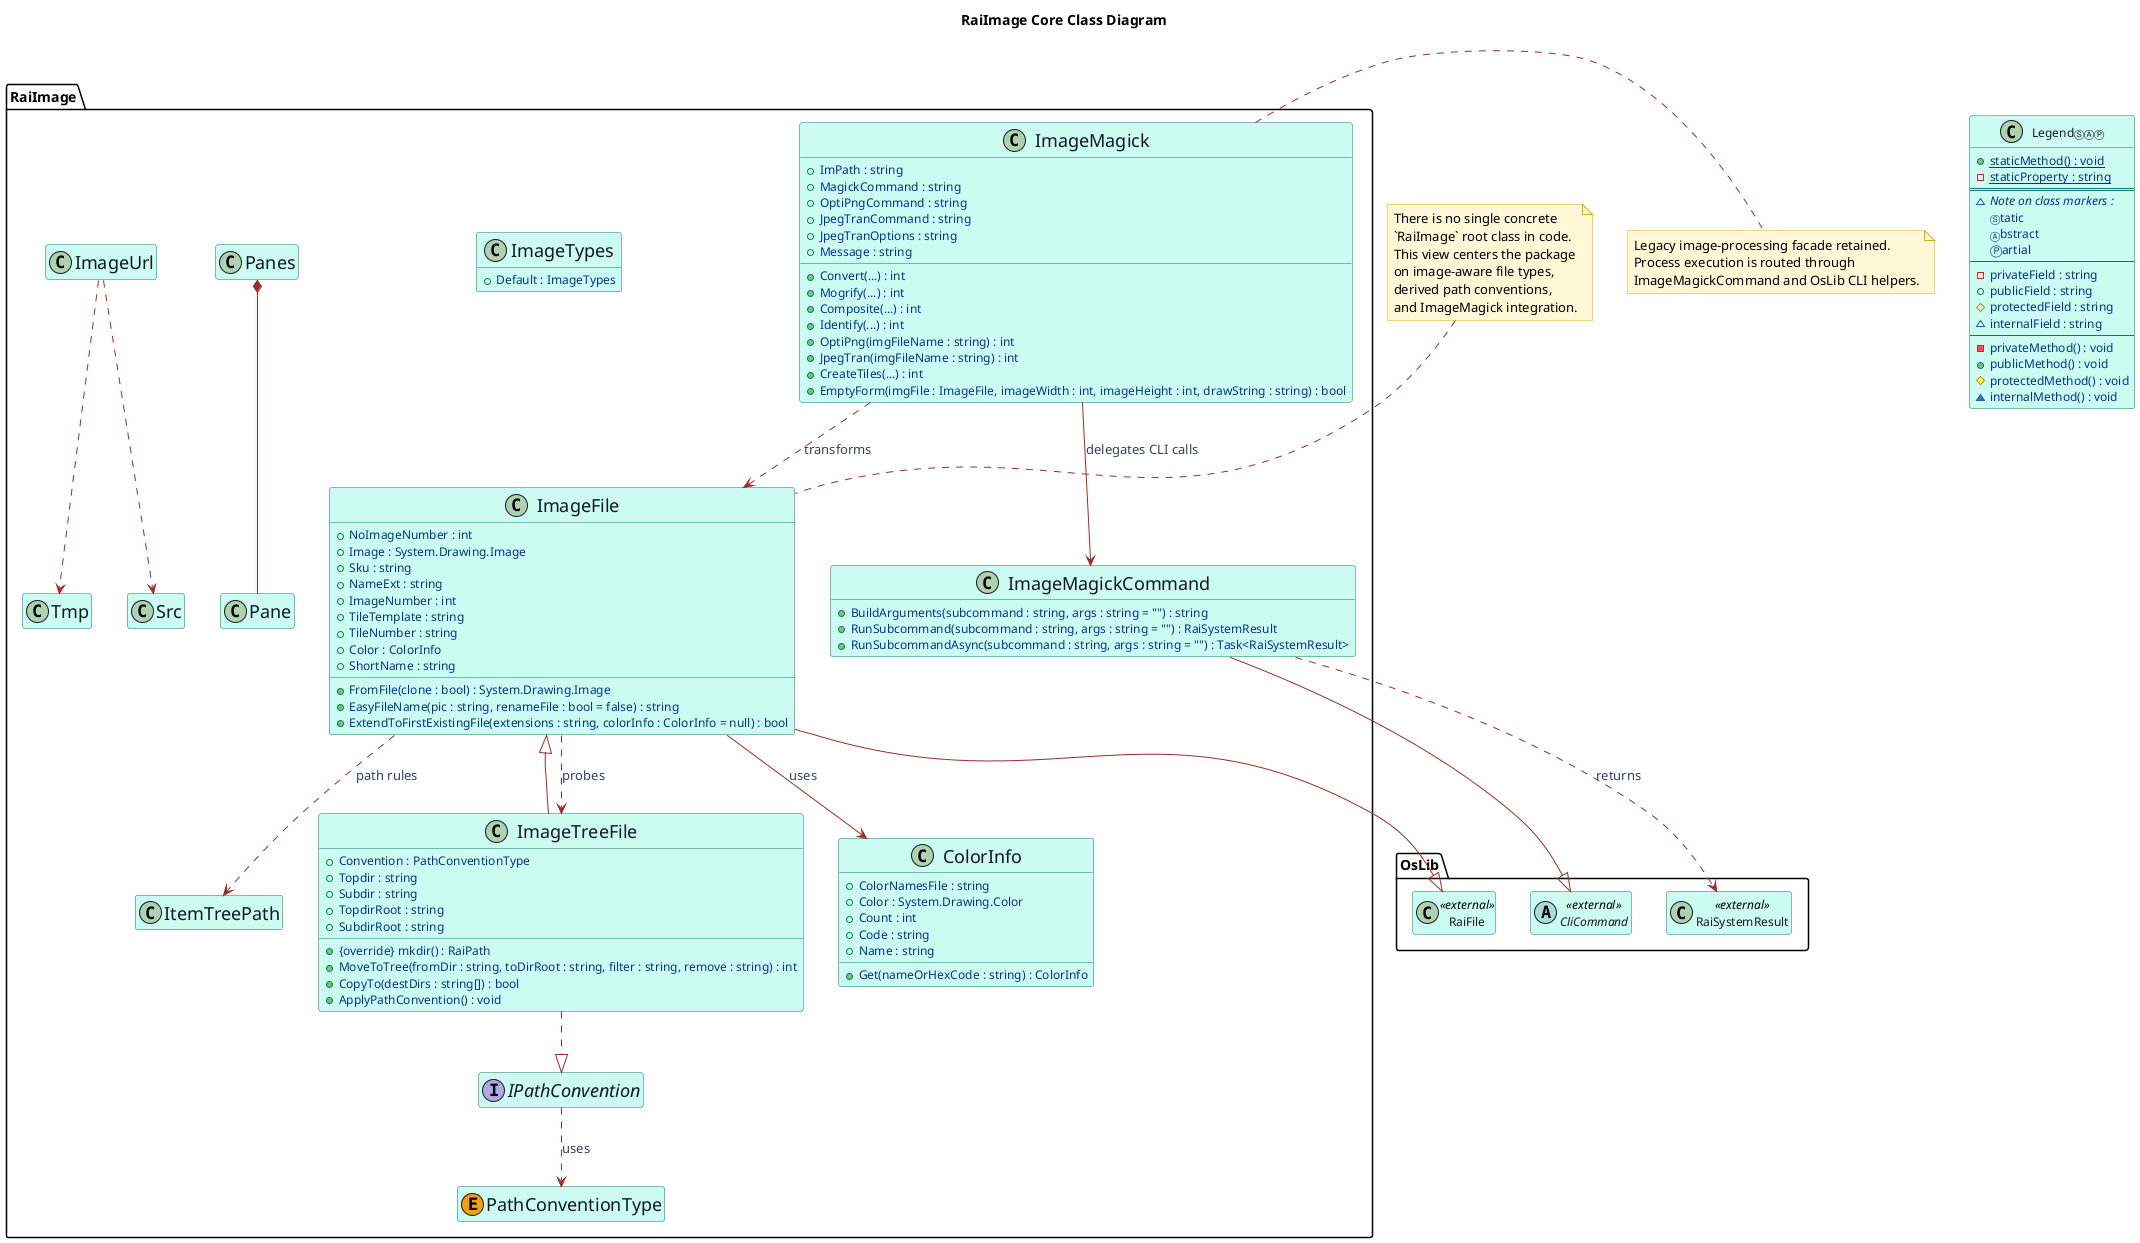
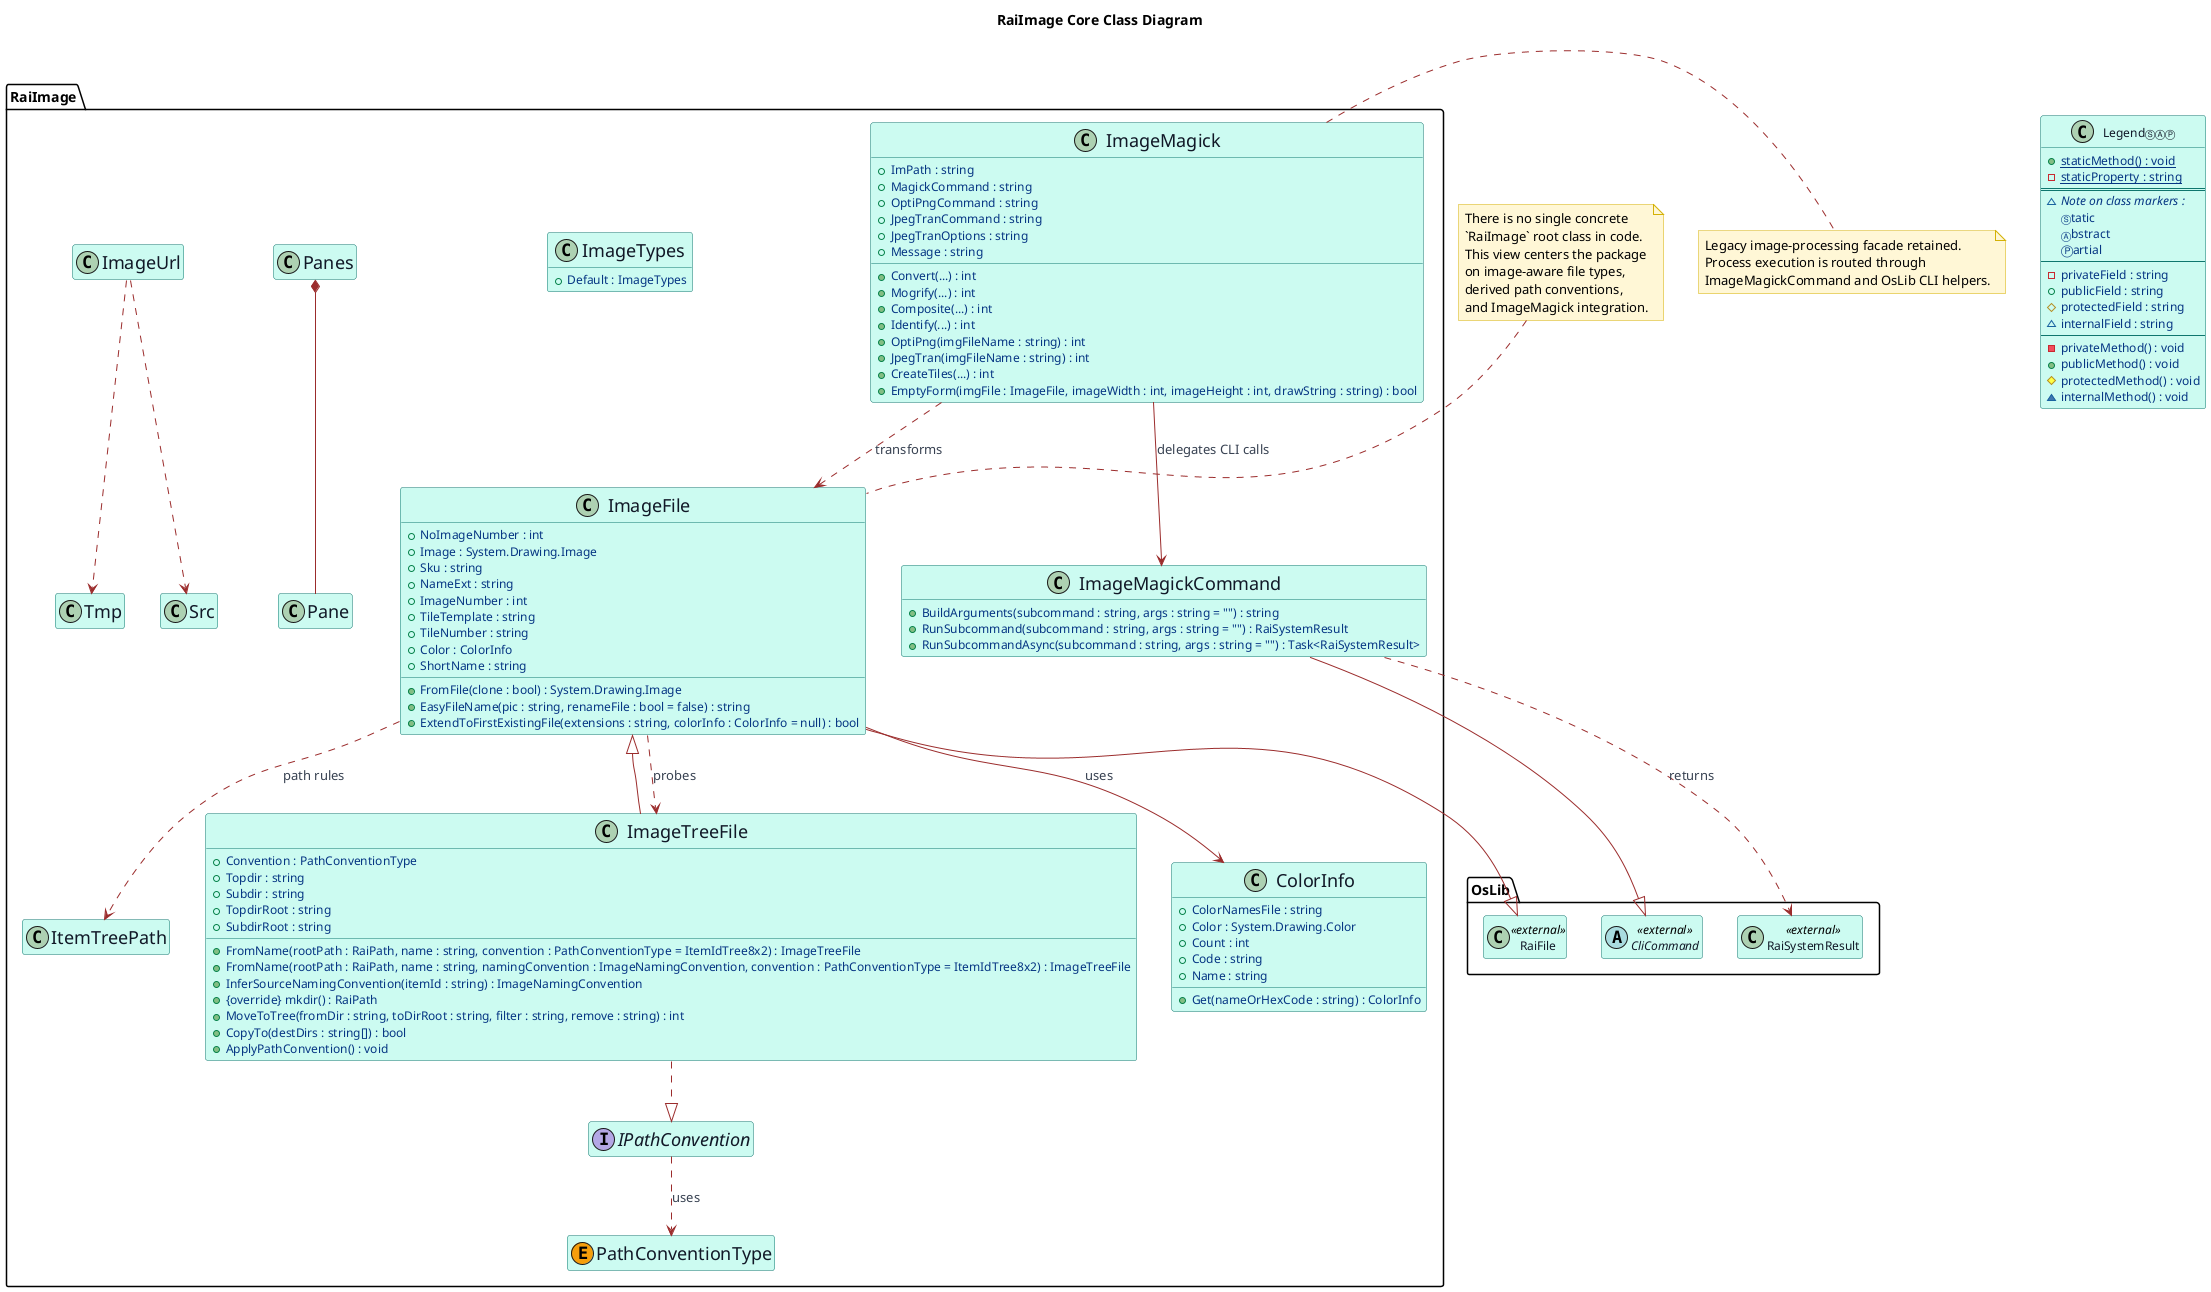
@startuml RaiImageCD
- ' Release: 3.8.15
+ ' Release: 3.9.0

title RaiImage Core Class Diagram

skinparam backgroundColor white
skinparam shadowing false
skinparam DiagramFontName "Casual"
skinparam DiagramFontSize 36
skinparam ClassFontName "Casual"
skinparam ClassFontSize 36
skinparam ClassAttributeIconSize 10
skinparam ClassAttributeFontName Casual
skinparam ClassAttributeFontColor #053583
skinparam ClassAttributeFontWeight normal
skinparam ClassAttributeFontSize 12
skinparam ClassMethodFontName "Casual"
skinparam ClassMethodFontSize 12
skinparam ClassMethodFontWeight 500
skinparam ClassAttributeFontStyle normal
skinparam ClassBorderColor #0f766e
skinparam ClassBackgroundColor #ccfbf1
skinparam ClassFontColor #111827
skinparam EnumBorderColor #b45309
skinparam EnumBackgroundColor #fef3c7
skinparam EnumFontColor #7c2d12
skinparam NoteBackgroundColor #fff7d6
skinparam NoteBorderColor #d4b106
skinparam ArrowColor #9b2c2c
skinparam ArrowFontColor #374151
skinparam ArrowFontName "Casual"

hide empty members

package "RaiImage" {
	class "<size:18>ImageFile</size>" as ImageFile {
		+NoImageNumber : int
		+Image : System.Drawing.Image
		+Sku : string
		+NameExt : string
		+ImageNumber : int
		+TileTemplate : string
		+TileNumber : string
		+Color : ColorInfo
		+ShortName : string
		+FromFile(clone : bool) : System.Drawing.Image
		+EasyFileName(pic : string, renameFile : bool = false) : string
		+ExtendToFirstExistingFile(extensions : string, colorInfo : ColorInfo = null) : bool
	}

	class "<size:18>ImageTreeFile</size>" as ImageTreeFile {
		+Convention : PathConventionType
		+Topdir : string
		+Subdir : string
		+TopdirRoot : string
		+SubdirRoot : string
+ 		+FromName(rootPath : RaiPath, name : string, convention : PathConventionType = ItemIdTree8x2) : ImageTreeFile
+ 		+FromName(rootPath : RaiPath, name : string, namingConvention : ImageNamingConvention, convention : PathConventionType = ItemIdTree8x2) : ImageTreeFile
+ 		+InferSourceNamingConvention(itemId : string) : ImageNamingConvention
		+{override} mkdir() : RaiPath
		+MoveToTree(fromDir : string, toDirRoot : string, filter : string, remove : string) : int
		+CopyTo(destDirs : string[]) : bool
		+ApplyPathConvention() : void
	}

	class "<size:18>ImageMagick</size>" as ImageMagick {
		+ImPath : string
		+MagickCommand : string
		+OptiPngCommand : string
		+JpegTranCommand : string
		+JpegTranOptions : string
		+Message : string
		+Convert(...) : int
		+Mogrify(...) : int
		+Composite(...) : int
		+Identify(...) : int
		+OptiPng(imgFileName : string) : int
		+JpegTran(imgFileName : string) : int
		+CreateTiles(...) : int
		+EmptyForm(imgFile : ImageFile, imageWidth : int, imageHeight : int, drawString : string) : bool
	}

	class "<size:18>ImageMagickCommand</size>" as ImageMagickCommand {
		+BuildArguments(subcommand : string, args : string = "") : string
		+RunSubcommand(subcommand : string, args : string = "") : RaiSystemResult
		+RunSubcommandAsync(subcommand : string, args : string = "") : Task<RaiSystemResult>
	}

	class "<size:18>ColorInfo</size>" as ColorInfo {
		+ColorNamesFile : string
		+Color : System.Drawing.Color
		+Count : int
		+Code : string
		+Name : string
		+Get(nameOrHexCode : string) : ColorInfo
	}

	class "<size:18>ImageTypes</size>" as ImageTypes {
		+Default : ImageTypes
	}

	class "<size:18>Pane</size>" as Pane
	class "<size:18>Panes</size>" as Panes
	class "<size:18>Src</size>" as Src
	class "<size:18>Tmp</size>" as Tmp
	class "<size:18>ImageUrl</size>" as ImageUrl
	class "<size:18>ItemTreePath</size>" as ItemTreePath
	interface "<size:18>IPathConvention</size>" as IPathConvention
	enum "<size:18>PathConventionType</size>" as PathConventionType << (E,#f59e0b) >>
}

package "OsLib" {
	class "RaiFile" as RaiFile <<external>>
	abstract class "CliCommand" as CliCommand <<external>>
	class "RaiSystemResult" as RaiSystemResult <<external>>
}

ImageFile --|> RaiFile
ImageTreeFile --|> ImageFile
ImageTreeFile ..|> IPathConvention

ImageFile --> ColorInfo : uses
ImageFile ..> ImageTreeFile : probes
ImageFile ..> ItemTreePath : path rules

ImageMagick ..> ImageFile : transforms
ImageMagick --> ImageMagickCommand : delegates CLI calls
ImageMagickCommand --|> CliCommand
ImageMagickCommand ..> RaiSystemResult : returns

ImageUrl ..> Src
ImageUrl ..> Tmp
Panes *-- Pane
IPathConvention ..> PathConventionType : uses

class "Legend<size:10>ⓈⒶⓅ</size>" as LegendSample {
	+{static} staticMethod() : void
	-{static} staticProperty : string
	==
	~<i>Note on class markers :</i>
	<size:10>Ⓢ</size>tatic
	<size:10>Ⓐ</size>bstract
	Ⓟartial
	--
	- privateField : string
	+ publicField : string
	# protectedField : string
	~ internalField : string
	--
	- privateMethod() : void
	+ publicMethod() : void
	# protectedMethod() : void
	~ internalMethod() : void
}

note top of ImageFile
	There is no single concrete
	`RaiImage` root class in code.
	This view centers the package
	on image-aware file types,
	derived path conventions,
	and ImageMagick integration.
end note

note right of ImageMagick
	Legacy image-processing facade retained.
	Process execution is routed through
	ImageMagickCommand and OsLib CLI helpers.
end note

@enduml
